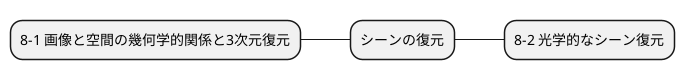
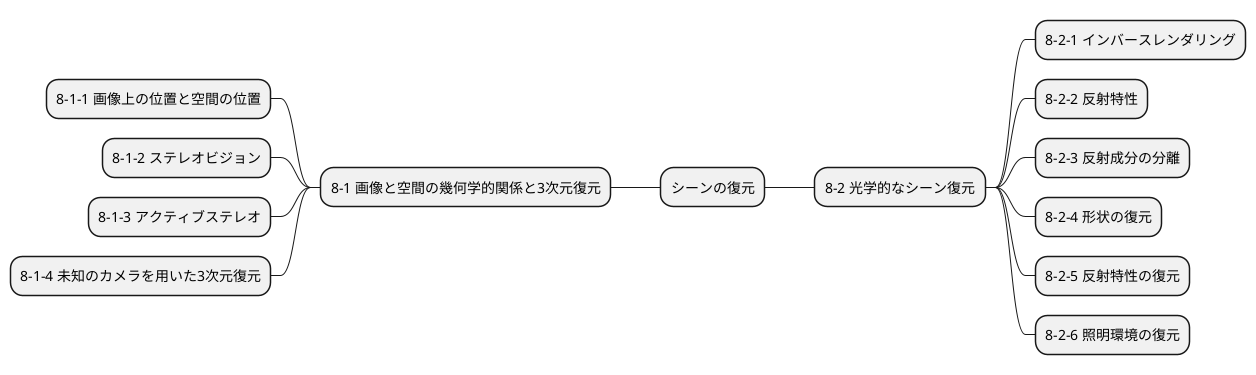
@startmindmap img_proc_basic_08
+ シーンの復元
-- 8-1 画像と空間の幾何学的関係と3次元復元
+ --- 8-1-1 画像上の位置と空間の位置
+ --- 8-1-2 ステレオビジョン
+ --- 8-1-3 アクティブステレオ
+ --- 8-1-4 未知のカメラを用いた3次元復元
++ 8-2 光学的なシーン復元
+ +++ 8-2-1 インバースレンダリング
+ +++ 8-2-2 反射特性
+ +++ 8-2-3 反射成分の分離
+ +++ 8-2-4 形状の復元
+ +++ 8-2-5 反射特性の復元
+ +++ 8-2-6 照明環境の復元
@endmindmap
